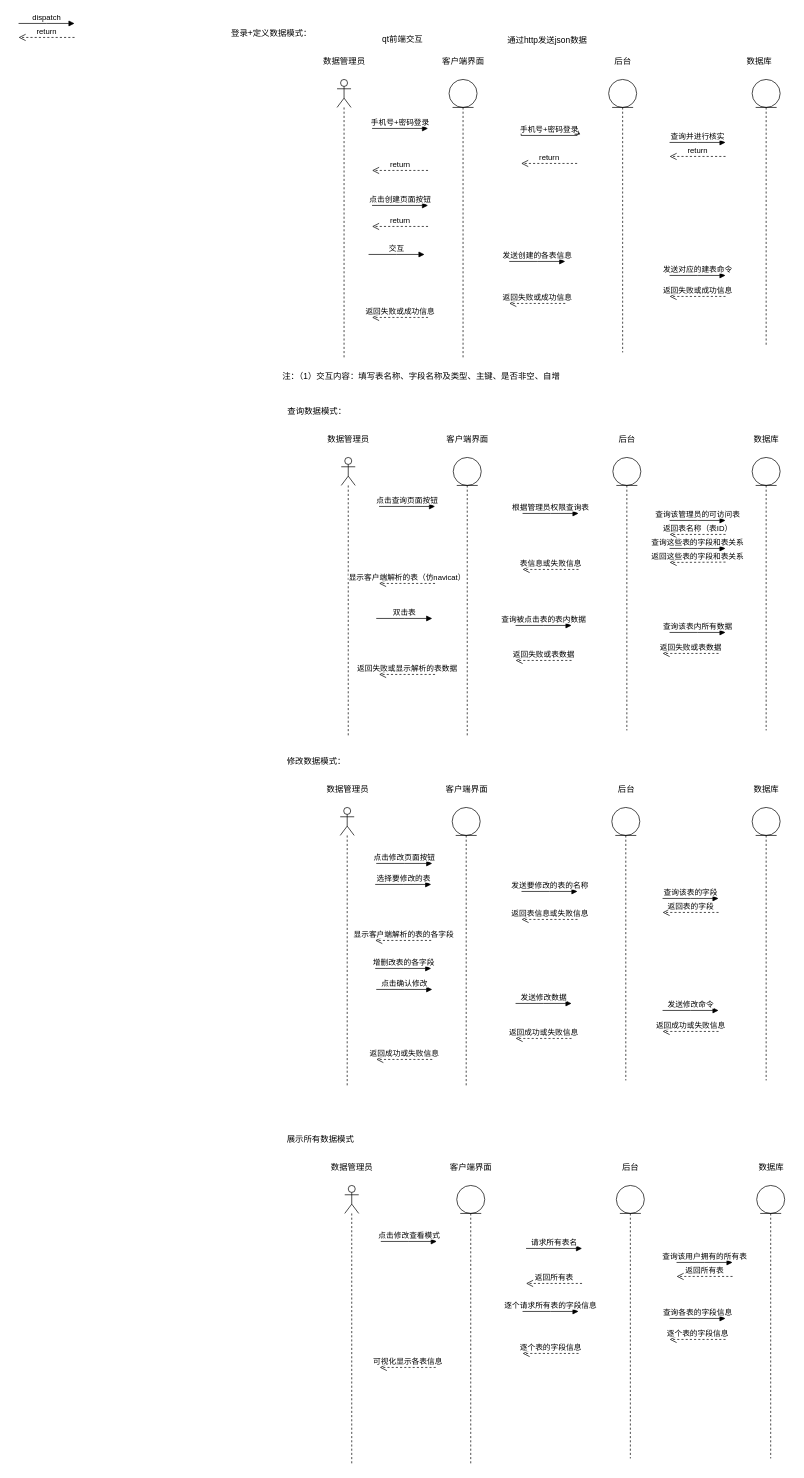
Earlier version of the draw.io diagram page "第 2 页" (2 of 2) of 软工课设.drawio (Iaiolk/VerilogCDE). Source tidied: cells renumbered, new cells numbered last; positions are measured from the earlier drawing's top-left corner, leaving out a move shared by most shapes. Both pictures are drawn from the tidied source at 70%, with x=0, y=0 at pixel (18, 23).
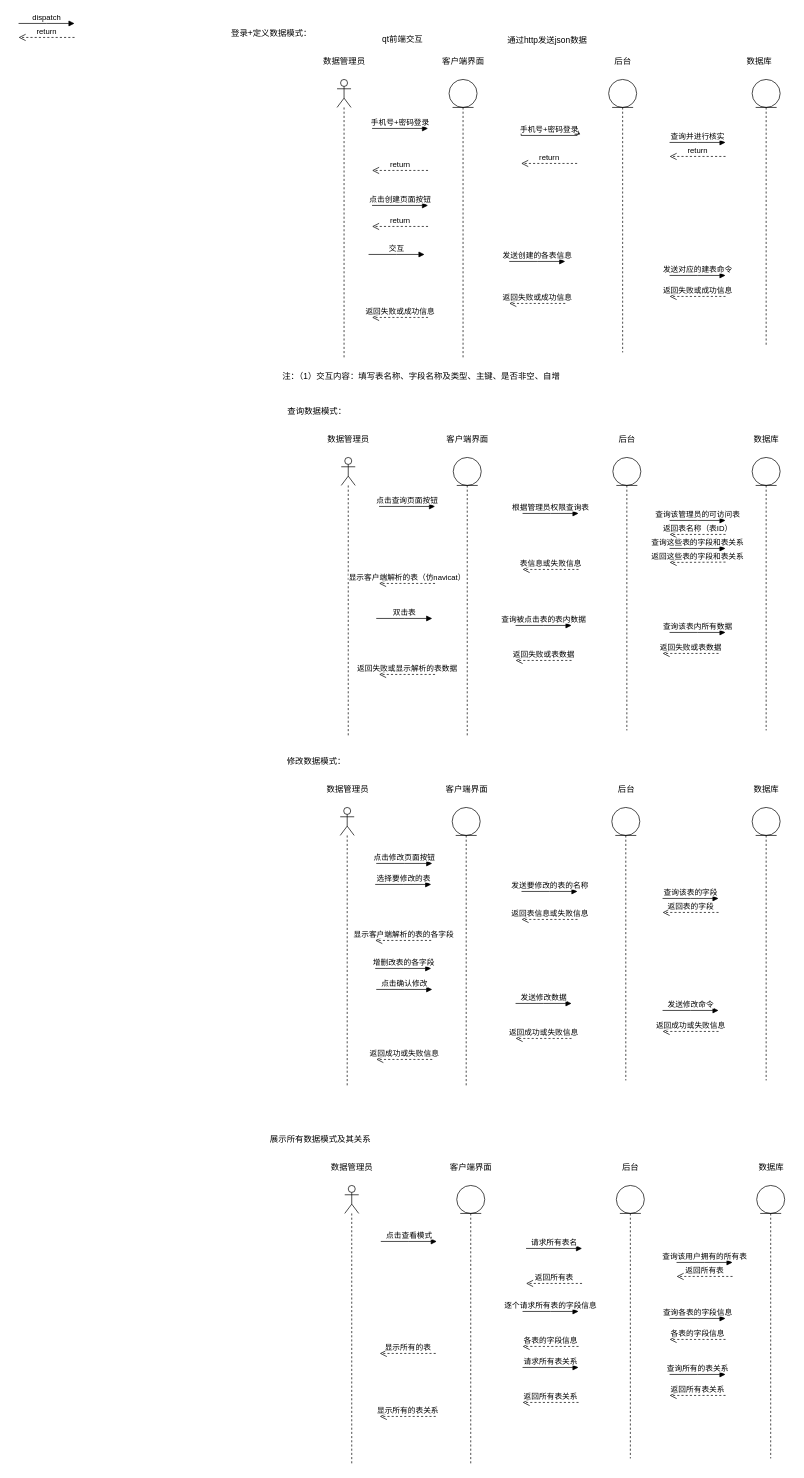
The same page after the edit.

Commit message:
更新软工课设.drawio

The edit, as a diff of the source:
```diff
@@
-    <mxCell id="81" value="展示所有数据模式" style="text;html=1;align=center;verticalAlign=middle;strokeColor=none;fillColor=none;" parent="1" vertex="1">
-      <mxGeometry x="371" y="1580" width="120" height="30" as="geometry" />
+    <mxCell id="81" value="展示所有数据模式及其关系" style="text;html=1;align=center;verticalAlign=middle;strokeColor=none;fillColor=none;" parent="1" vertex="1">
+      <mxGeometry x="346" y="1580" width="170" height="30" as="geometry" />
     </mxCell>
@@
-    <mxCell id="83" value="点击修改查看模式" style="html=1;verticalAlign=bottom;endArrow=block;edgeStyle=elbowEdgeStyle;elbow=vertical;curved=0;rounded=0;" parent="1" edge="1">
+    <mxCell id="83" value="点击查看模式" style="html=1;verticalAlign=bottom;endArrow=block;edgeStyle=elbowEdgeStyle;elbow=vertical;curved=0;rounded=0;" parent="1" edge="1">
       <mxGeometry relative="1" as="geometry">
         <mxPoint x="517.5" y="1740" as="sourcePoint" />
         <mxPoint x="597.5" y="1740" as="targetPoint" />
       </mxGeometry>
     </mxCell>
@@
-    <mxCell id="92" value="逐个表的字段信息" style="html=1;verticalAlign=bottom;endArrow=open;dashed=1;endSize=8;edgeStyle=elbowEdgeStyle;elbow=vertical;curved=0;rounded=0;" parent="1" edge="1">
+    <mxCell id="92" value="各表的字段信息" style="html=1;verticalAlign=bottom;endArrow=open;dashed=1;endSize=8;edgeStyle=elbowEdgeStyle;elbow=vertical;curved=0;rounded=0;" parent="1" edge="1">
       <mxGeometry relative="1" as="geometry">
         <mxPoint x="1010" y="1880" as="sourcePoint" />
         <mxPoint x="930" y="1880" as="targetPoint" />
       </mxGeometry>
     </mxCell>
-    <mxCell id="93" value="逐个表的字段信息" style="html=1;verticalAlign=bottom;endArrow=open;dashed=1;endSize=8;edgeStyle=elbowEdgeStyle;elbow=vertical;curved=0;rounded=0;" parent="1" edge="1">
+    <mxCell id="93" value="各表的字段信息" style="html=1;verticalAlign=bottom;endArrow=open;dashed=1;endSize=8;edgeStyle=elbowEdgeStyle;elbow=vertical;curved=0;rounded=0;" parent="1" edge="1">
       <mxGeometry relative="1" as="geometry">
-        <mxPoint x="800" y="1900" as="sourcePoint" />
-        <mxPoint x="720" y="1900" as="targetPoint" />
+        <mxPoint x="800" y="1890" as="sourcePoint" />
+        <mxPoint x="720" y="1890" as="targetPoint" />
       </mxGeometry>
     </mxCell>
-    <mxCell id="94" value="可视化显示各表信息" style="html=1;verticalAlign=bottom;endArrow=open;dashed=1;endSize=8;edgeStyle=elbowEdgeStyle;elbow=vertical;curved=0;rounded=0;" parent="1" edge="1">
-      <mxGeometry relative="1" as="geometry">
-        <mxPoint x="596" y="1920" as="sourcePoint" />
-        <mxPoint x="516" y="1920" as="targetPoint" />
-      </mxGeometry>
-    </mxCell>
+    <mxCell id="95" value="请求所有表关系" style="html=1;verticalAlign=bottom;endArrow=block;edgeStyle=elbowEdgeStyle;elbow=vertical;curved=0;rounded=0;" parent="1" edge="1">
+      <mxGeometry relative="1" as="geometry">
+        <mxPoint x="720" y="1920" as="sourcePoint" />
+        <mxPoint x="800" y="1920" as="targetPoint" />
+      </mxGeometry>
+    </mxCell>
+    <mxCell id="96" value="查询所有的表关系" style="html=1;verticalAlign=bottom;endArrow=block;edgeStyle=elbowEdgeStyle;elbow=vertical;curved=0;rounded=0;" parent="1" edge="1">
+      <mxGeometry relative="1" as="geometry">
+        <mxPoint x="930" y="1930" as="sourcePoint" />
+        <mxPoint x="1010" y="1930" as="targetPoint" />
+      </mxGeometry>
+    </mxCell>
+    <mxCell id="97" value="返回所有表关系" style="html=1;verticalAlign=bottom;endArrow=open;dashed=1;endSize=8;edgeStyle=elbowEdgeStyle;elbow=vertical;curved=0;rounded=0;" parent="1" edge="1">
+      <mxGeometry relative="1" as="geometry">
+        <mxPoint x="1010" y="1960" as="sourcePoint" />
+        <mxPoint x="930" y="1960" as="targetPoint" />
+      </mxGeometry>
+    </mxCell>
+    <mxCell id="98" value="返回所有表关系" style="html=1;verticalAlign=bottom;endArrow=open;dashed=1;endSize=8;edgeStyle=elbowEdgeStyle;elbow=vertical;curved=0;rounded=0;" parent="1" edge="1">
+      <mxGeometry relative="1" as="geometry">
+        <mxPoint x="800" y="1970" as="sourcePoint" />
+        <mxPoint x="720" y="1970" as="targetPoint" />
+      </mxGeometry>
+    </mxCell>
+    <mxCell id="99" value="显示所有的表关系" style="html=1;verticalAlign=bottom;endArrow=open;dashed=1;endSize=8;edgeStyle=elbowEdgeStyle;elbow=vertical;curved=0;rounded=0;" parent="1" edge="1">
+      <mxGeometry relative="1" as="geometry">
+        <mxPoint x="596" y="1990" as="sourcePoint" />
+        <mxPoint x="516" y="1990" as="targetPoint" />
+      </mxGeometry>
+    </mxCell>
+    <mxCell id="100" value="显示所有的表" style="html=1;verticalAlign=bottom;endArrow=open;dashed=1;endSize=8;edgeStyle=elbowEdgeStyle;elbow=vertical;curved=0;rounded=0;" parent="1" edge="1">
+      <mxGeometry relative="1" as="geometry">
+        <mxPoint x="596" y="1900" as="sourcePoint" />
+        <mxPoint x="516" y="1900" as="targetPoint" />
+      </mxGeometry>
+    </mxCell>
```
